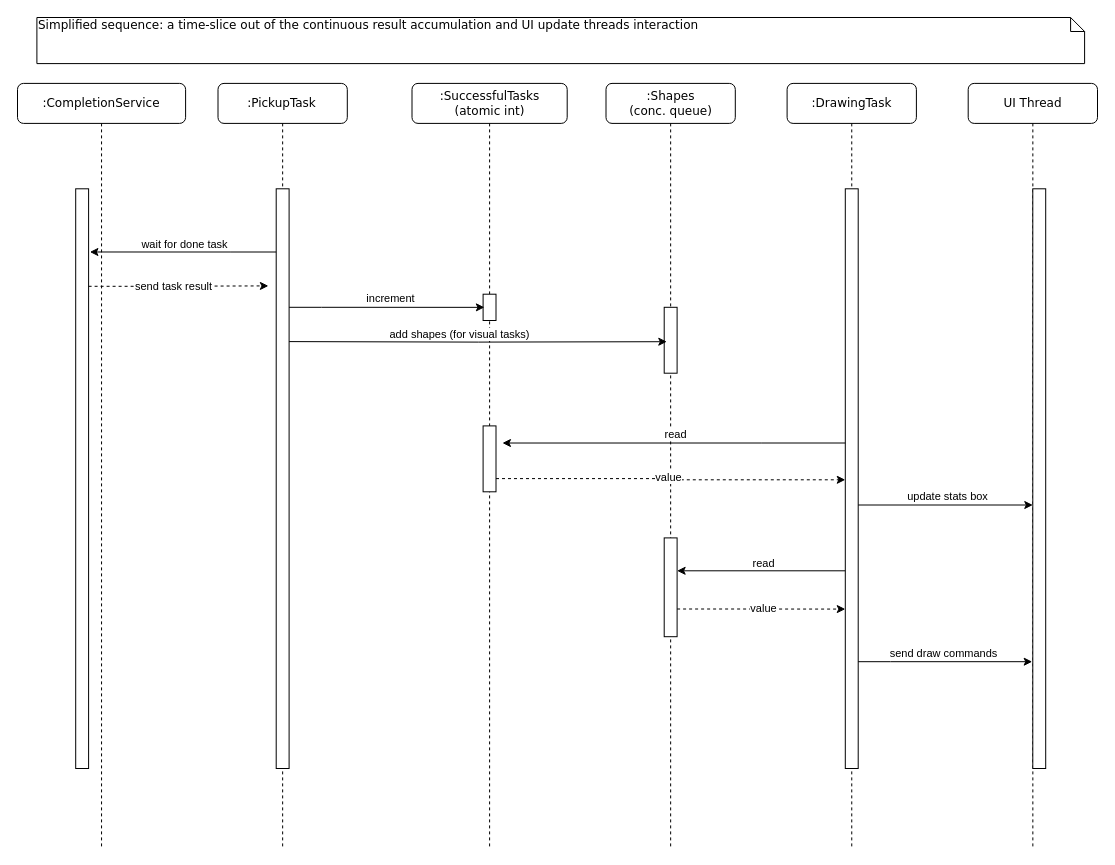
This is threadoff-result-handling.drawio from cdonhofer/ThreadOff, a draw.io file, before an edit. Source tidied: cells renumbered, new cells numbered last; positions are measured from the earlier drawing's top-left corner, leaving out a move shared by most shapes. Both pictures are drawn from the tidied source at 100%, with x=0, y=0 at pixel (17, 17).
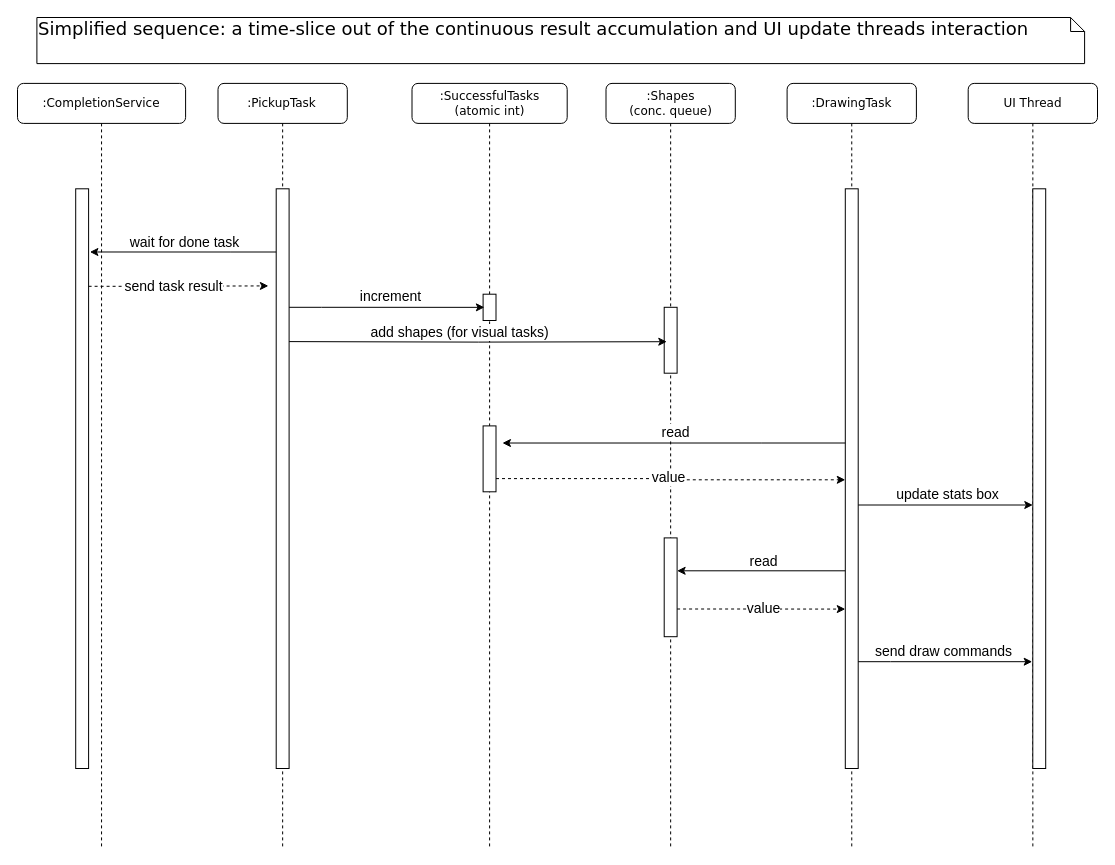
The same page after the edit.

The change refers to these unchanged cells:
```xml
<mxCell id="17" style="edgeStyle=orthogonalEdgeStyle;rounded=0;orthogonalLoop=1;jettySize=auto;html=1;entryX=0.2;entryY=0.417;entryDx=0;entryDy=0;entryPerimeter=0;" parent="1" edge="1">
  <mxGeometry relative="1" as="geometry">
    <mxPoint x="271.6" y="324.1" as="sourcePoint" />
    <mxPoint x="649.3" y="324.2" as="targetPoint" />
  </mxGeometry>
</mxCell>
<mxCell id="19" style="edgeStyle=orthogonalEdgeStyle;rounded=0;orthogonalLoop=1;jettySize=auto;html=1;entryX=-0.6;entryY=0.178;entryDx=0;entryDy=0;entryPerimeter=0;dashed=1;" parent="1" edge="1">
  <mxGeometry relative="1" as="geometry">
    <mxPoint x="71.1" y="268.8" as="sourcePoint" />
    <mxPoint x="250.9" y="268.4" as="targetPoint" />
    <Array as="points">
      <mxPoint x="122.9" y="268.8" />
      <mxPoint x="122.9" y="268.8" />
    </Array>
  </mxGeometry>
</mxCell>
<mxCell id="21" style="edgeStyle=orthogonalEdgeStyle;rounded=0;jettySize=auto;html=1;entryX=1.5;entryY=0.26;entryDx=0;entryDy=0;entryPerimeter=0;" parent="1" edge="1" source="10" target="6">
  <mxGeometry relative="1" as="geometry">
    <Array as="points">
      <mxPoint x="743.7" y="425.5" />
      <mxPoint x="743.7" y="425.5" />
    </Array>
  </mxGeometry>
</mxCell>
<mxCell id="23" style="edgeStyle=orthogonalEdgeStyle;rounded=0;jettySize=auto;html=1;entryX=0;entryY=0.502;entryDx=0;entryDy=0;entryPerimeter=0;dashed=1;" parent="1" edge="1" source="6" target="10">
  <mxGeometry relative="1" as="geometry">
    <Array as="points">
      <mxPoint x="653.2" y="461.1" />
    </Array>
  </mxGeometry>
</mxCell>
<mxCell id="25" style="edgeStyle=orthogonalEdgeStyle;rounded=0;jettySize=auto;html=1;entryX=1.1;entryY=0.109;entryDx=0;entryDy=0;entryPerimeter=0;" parent="1" edge="1" source="3" target="13">
  <mxGeometry relative="1" as="geometry">
    <Array as="points">
      <mxPoint x="213.4" y="234.5" />
      <mxPoint x="213.4" y="234.5" />
    </Array>
  </mxGeometry>
</mxCell>
<mxCell id="27" style="edgeStyle=orthogonalEdgeStyle;rounded=0;jettySize=auto;html=1;" parent="1" edge="1" source="10" target="15">
  <mxGeometry relative="1" as="geometry">
    <Array as="points">
      <mxPoint x="976.5" y="487.5" />
      <mxPoint x="976.5" y="487.5" />
    </Array>
  </mxGeometry>
</mxCell>
<mxCell id="29" style="edgeStyle=orthogonalEdgeStyle;rounded=0;jettySize=auto;html=1;" parent="1" edge="1" source="10" target="8">
  <mxGeometry relative="1" as="geometry">
    <Array as="points">
      <mxPoint x="782.5" y="553.3" />
      <mxPoint x="782.5" y="553.3" />
    </Array>
  </mxGeometry>
</mxCell>
<mxCell id="31" style="edgeStyle=orthogonalEdgeStyle;rounded=0;jettySize=auto;html=1;entryX=0;entryY=0.725;entryDx=0;entryDy=0;entryPerimeter=0;dashed=1;" parent="1" edge="1" source="8" target="10">
  <mxGeometry relative="1" as="geometry">
    <Array as="points">
      <mxPoint x="704.9" y="591.5" />
      <mxPoint x="704.9" y="591.5" />
    </Array>
  </mxGeometry>
</mxCell>
<mxCell id="33" style="edgeStyle=orthogonalEdgeStyle;rounded=0;orthogonalLoop=1;jettySize=auto;html=1;" parent="1" edge="1">
  <mxGeometry relative="1" as="geometry">
    <mxPoint x="840.7" y="644.2" as="sourcePoint" />
    <mxPoint x="1014.7" y="644.2" as="targetPoint" />
    <Array as="points">
      <mxPoint x="873.1" y="644.2" />
      <mxPoint x="873.1" y="644.2" />
    </Array>
  </mxGeometry>
</mxCell>
<mxCell id="35" style="edgeStyle=orthogonalEdgeStyle;rounded=0;jettySize=auto;html=1;entryX=0.1;entryY=0.5;entryDx=0;entryDy=0;entryPerimeter=0;" parent="1" edge="1" source="3" target="5">
  <mxGeometry relative="1" as="geometry">
    <Array as="points">
      <mxPoint x="304" y="289.8" />
      <mxPoint x="304" y="289.8" />
    </Array>
  </mxGeometry>
</mxCell>
```

The edit, as a diff of the source:
```diff
@@
-    <mxCell id="16" value="Simplified sequence: a time-slice out of the continuous result accumulation and UI update threads interaction" style="shape=note;whiteSpace=wrap;html=1;size=14;verticalAlign=top;align=left;spacingTop=-6;rounded=0;shadow=0;comic=0;labelBackgroundColor=none;strokeWidth=1;fontFamily=Verdana;fontSize=12;" parent="1" vertex="1">
+    <mxCell id="16" value="&lt;font style=&quot;font-size: 18px;&quot;&gt;Simplified sequence: a time-slice out of the continuous result accumulation and UI update threads interaction&lt;/font&gt;" style="shape=note;whiteSpace=wrap;html=1;size=14;verticalAlign=top;align=left;spacingTop=-6;rounded=0;shadow=0;comic=0;labelBackgroundColor=none;strokeWidth=1;fontFamily=Verdana;fontSize=12;" parent="1" vertex="1">
       <mxGeometry x="19.4" width="1047.7" height="46.1" as="geometry" />
     </mxCell>
@@
-    <mxCell id="18" value="add shapes (for visual tasks)" style="edgeLabel;html=1;align=center;verticalAlign=middle;" parent="17" vertex="1">
+    <mxCell id="18" value="&lt;font style=&quot;font-size: 14px;&quot;&gt;add shapes (for visual tasks)&lt;/font&gt;" style="edgeLabel;html=1;align=center;verticalAlign=middle;" parent="17" vertex="1">
       <mxGeometry x="-0.1" y="-1" relative="1" as="geometry">
-        <mxPoint y="-9" as="offset" />
+        <mxPoint y="-11" as="offset" />
       </mxGeometry>
     </mxCell>
@@
-    <mxCell id="20" value="send task result" style="edgeLabel;html=1;align=center;verticalAlign=middle;" parent="19" vertex="1">
+    <mxCell id="20" value="&lt;font style=&quot;font-size: 14px;&quot;&gt;send task result&lt;/font&gt;" style="edgeLabel;html=1;align=center;verticalAlign=middle;" parent="19" vertex="1">
       <mxGeometry x="-0.07" relative="1" as="geometry" />
     </mxCell>
@@
-    <mxCell id="22" value="&lt;div&gt;read&lt;/div&gt;" style="edgeLabel;html=1;align=center;verticalAlign=middle;" parent="21" vertex="1">
+    <mxCell id="22" value="&lt;div style=&quot;font-size: 14px;&quot;&gt;&lt;font style=&quot;font-size: 14px;&quot;&gt;read&lt;/font&gt;&lt;/div&gt;" style="edgeLabel;html=1;align=center;verticalAlign=middle;" parent="21" vertex="1">
       <mxGeometry x="-0.01" relative="1" as="geometry">
-        <mxPoint y="-9" as="offset" />
+        <mxPoint y="-11" as="offset" />
       </mxGeometry>
     </mxCell>
@@
-    <mxCell id="24" value="value" style="edgeLabel;html=1;align=center;verticalAlign=middle;" parent="23" vertex="1">
+    <mxCell id="24" value="&lt;font style=&quot;font-size: 14px;&quot;&gt;value&lt;/font&gt;" style="edgeLabel;html=1;align=center;verticalAlign=middle;" parent="23" vertex="1">
       <mxGeometry x="-0.02" y="2" relative="1" as="geometry" />
     </mxCell>
@@
-    <mxCell id="26" value="wait for done task" style="edgeLabel;html=1;align=center;verticalAlign=middle;" parent="25" vertex="1">
+    <mxCell id="26" value="&lt;font style=&quot;font-size: 14px;&quot;&gt;wait for done task&lt;/font&gt;" style="edgeLabel;html=1;align=center;verticalAlign=middle;" parent="25" vertex="1">
       <mxGeometry x="-0.01" y="-6" relative="1" as="geometry">
-        <mxPoint y="-2" as="offset" />
+        <mxPoint y="-4" as="offset" />
       </mxGeometry>
     </mxCell>
@@
-    <mxCell id="28" value="update stats box" style="edgeLabel;html=1;align=center;verticalAlign=middle;" parent="27" vertex="1">
+    <mxCell id="28" value="&lt;font style=&quot;font-size: 14px;&quot;&gt;update stats box&lt;/font&gt;" style="edgeLabel;html=1;align=center;verticalAlign=middle;" parent="27" vertex="1">
       <mxGeometry x="0.02" y="1" relative="1" as="geometry">
-        <mxPoint y="-8" as="offset" />
+        <mxPoint y="-10" as="offset" />
       </mxGeometry>
     </mxCell>
@@
-    <mxCell id="30" value="read" style="edgeLabel;html=1;align=center;verticalAlign=middle;" parent="29" vertex="1">
+    <mxCell id="30" value="&lt;font style=&quot;font-size: 14px;&quot;&gt;read&lt;/font&gt;" style="edgeLabel;html=1;align=center;verticalAlign=middle;" parent="29" vertex="1">
       <mxGeometry x="-0.02" y="-2" relative="1" as="geometry">
-        <mxPoint y="-6" as="offset" />
+        <mxPoint y="-8" as="offset" />
       </mxGeometry>
     </mxCell>
@@
-    <mxCell id="32" value="value" style="edgeLabel;html=1;align=center;verticalAlign=middle;" parent="31" vertex="1">
+    <mxCell id="32" value="&lt;font style=&quot;font-size: 14px;&quot;&gt;value&lt;/font&gt;" style="edgeLabel;html=1;align=center;verticalAlign=middle;" parent="31" vertex="1">
       <mxGeometry x="0.02" y="-3" relative="1" as="geometry">
         <mxPoint y="-4" as="offset" />
       </mxGeometry>
     </mxCell>
@@
-    <mxCell id="34" value="send draw commands" style="edgeLabel;html=1;align=center;verticalAlign=middle;" parent="33" vertex="1">
+    <mxCell id="34" value="&lt;font style=&quot;font-size: 14px;&quot;&gt;send draw commands&lt;/font&gt;" style="edgeLabel;html=1;align=center;verticalAlign=middle;" parent="33" vertex="1">
       <mxGeometry x="-0.02" y="2" relative="1" as="geometry">
-        <mxPoint y="-7" as="offset" />
+        <mxPoint y="-9" as="offset" />
       </mxGeometry>
     </mxCell>
@@
-    <mxCell id="36" value="increment" style="edgeLabel;html=1;align=center;verticalAlign=middle;arcSize=20;" parent="35" vertex="1">
+    <mxCell id="36" value="&lt;font style=&quot;font-size: 14px;&quot;&gt;increment&lt;/font&gt;" style="edgeLabel;html=1;align=center;verticalAlign=middle;arcSize=20;" parent="35" vertex="1">
       <mxGeometry x="0.03" y="-1" relative="1" as="geometry">
-        <mxPoint y="-10" as="offset" />
+        <mxPoint y="-12" as="offset" />
       </mxGeometry>
     </mxCell>
```
